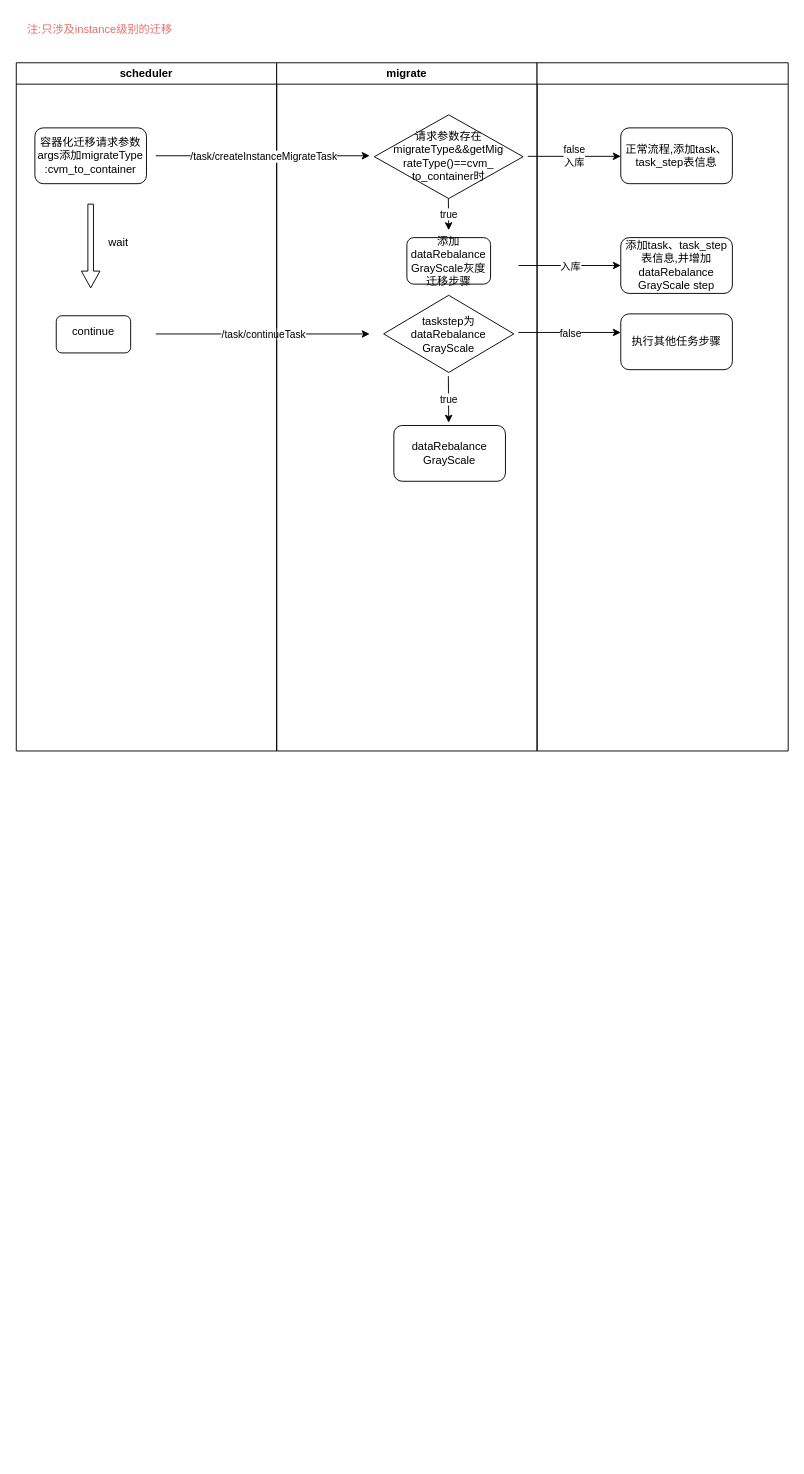
Earlier version of the draw.io diagram 未命名绘图.drawio (Owtware/flow_diagram). Source tidied: cells renumbered, new cells numbered last; positions are measured from the earlier drawing's top-left corner, leaving out a move shared by most shapes. Both pictures are drawn from the tidied source at 93%, with x=0, y=0 at pixel (16, 16).
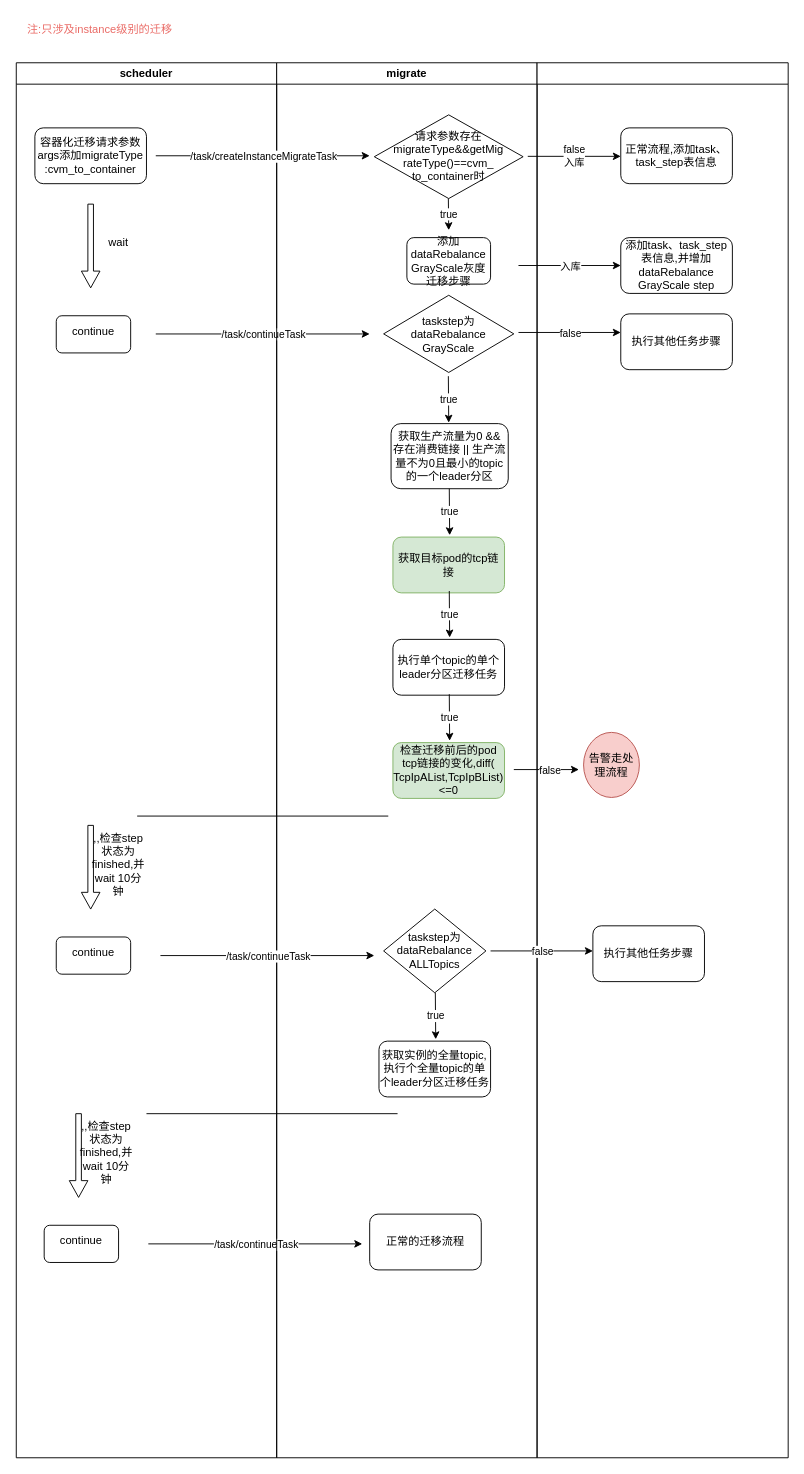
After the change.

Commit message:
更新未命名绘图.drawio

The edit, as a diff of the source:
```diff
@@
     <mxCell id="2" value="scheduler" style="swimlane;whiteSpace=wrap;" parent="1" vertex="1">
-      <mxGeometry y="50" width="280" height="740" as="geometry" />
+      <mxGeometry y="50" width="280" height="1500" as="geometry" />
     </mxCell>
@@
+    <mxCell id="31" style="shape=singleArrow;direction=south;whiteSpace=wrap;html=1;" parent="2" vertex="1">
+      <mxGeometry x="70" y="820" width="20" height="90" as="geometry" />
+    </mxCell>
+    <mxCell id="32" value=",,检查step状态为finished,并wait 10分钟" style="text;html=1;strokeColor=none;fillColor=none;align=center;verticalAlign=middle;whiteSpace=wrap;rounded=0;" parent="2" vertex="1">
+      <mxGeometry x="80" y="847" width="60" height="30" as="geometry" />
+    </mxCell>
+    <mxCell id="33" value="&lt;div style=&quot;line-height: 50%;&quot;&gt;&lt;span style=&quot;background-color: initial;&quot;&gt;continue&lt;/span&gt;&lt;/div&gt;&lt;div style=&quot;line-height: 50%;&quot;&gt;&lt;br&gt;&lt;/div&gt;&lt;div style=&quot;font-size: medium; text-align: start;&quot;&gt;&lt;/div&gt;" style="rounded=1;whiteSpace=wrap;html=1;" parent="2" vertex="1">
+      <mxGeometry x="43" y="940" width="80" height="40" as="geometry" />
+    </mxCell>
+    <mxCell id="34" style="shape=singleArrow;direction=south;whiteSpace=wrap;html=1;" parent="2" vertex="1">
+      <mxGeometry x="57" y="1130" width="20" height="90" as="geometry" />
+    </mxCell>
+    <mxCell id="35" value=",,检查step状态为finished,并wait 10分钟" style="text;html=1;strokeColor=none;fillColor=none;align=center;verticalAlign=middle;whiteSpace=wrap;rounded=0;" parent="2" vertex="1">
+      <mxGeometry x="67" y="1157" width="60" height="30" as="geometry" />
+    </mxCell>
+    <mxCell id="36" value="&lt;div style=&quot;line-height: 50%;&quot;&gt;&lt;span style=&quot;background-color: initial;&quot;&gt;continue&lt;/span&gt;&lt;/div&gt;&lt;div style=&quot;line-height: 50%;&quot;&gt;&lt;br&gt;&lt;/div&gt;&lt;div style=&quot;font-size: medium; text-align: start;&quot;&gt;&lt;/div&gt;" style="rounded=1;whiteSpace=wrap;html=1;" parent="2" vertex="1">
+      <mxGeometry x="30" y="1250" width="80" height="40" as="geometry" />
+    </mxCell>
+    <mxCell id="37" style="endArrow=classic;html=1;rounded=0;" parent="2" edge="1">
+      <mxGeometry relative="1" as="geometry">
+        <mxPoint x="142" y="1270" as="sourcePoint" />
+        <mxPoint x="372" y="1270" as="targetPoint" />
+      </mxGeometry>
+    </mxCell>
+    <mxCell id="38" value="/task/continueTask" style="edgeLabel;html=1;align=center;verticalAlign=middle;" parent="37" vertex="1">
+      <mxGeometry relative="1" as="geometry" />
+    </mxCell>
+    <mxCell id="39" style="endArrow=none;html=1;rounded=0;" parent="2" edge="1">
+      <mxGeometry relative="1" as="geometry">
+        <mxPoint x="140" y="1130" as="sourcePoint" />
+        <mxPoint x="410" y="1130" as="targetPoint" />
+      </mxGeometry>
+    </mxCell>
     <mxCell id="9" value="migrate" style="swimlane;whiteSpace=wrap;" parent="1" vertex="1">
-      <mxGeometry x="280" y="50" width="280" height="740" as="geometry" />
+      <mxGeometry x="280" y="50" width="280" height="1500" as="geometry" />
     </mxCell>
@@
-    <mxCell id="19" value="dataRebalance&lt;br&gt;GrayScale" style="rounded=1;whiteSpace=wrap;html=1;" parent="9" vertex="1">
-      <mxGeometry x="126" y="390" width="120" height="60" as="geometry" />
+    <mxCell id="19" value="获取生产流量为0 &amp;amp;&amp;amp;&lt;br&gt;存在消费链接 || 生产流量不为0且最小的topic的一个leader分区" style="rounded=1;whiteSpace=wrap;html=1;" parent="9" vertex="1">
+      <mxGeometry x="123" y="388" width="126" height="70" as="geometry" />
     </mxCell>
+    <mxCell id="40" value="获取目标pod的tcp链接" style="rounded=1;whiteSpace=wrap;html=1;fillColor=#d5e8d4;strokeColor=#82b366;" parent="9" vertex="1">
+      <mxGeometry x="125" y="510" width="120" height="60" as="geometry" />
+    </mxCell>
+    <mxCell id="41" style="endArrow=classic;html=1;rounded=0;" parent="9" edge="1">
+      <mxGeometry relative="1" as="geometry">
+        <mxPoint x="255" y="760" as="sourcePoint" />
+        <mxPoint x="325" y="760" as="targetPoint" />
+      </mxGeometry>
+    </mxCell>
+    <mxCell id="42" value="false" style="edgeLabel;html=1;align=center;verticalAlign=middle;" parent="41" vertex="1">
+      <mxGeometry x="-0.03" y="-1" relative="1" as="geometry">
+        <mxPoint x="4" y="-1" as="offset" />
+      </mxGeometry>
+    </mxCell>
+    <mxCell id="43" style="endArrow=none;html=1;rounded=0;" parent="9" edge="1">
+      <mxGeometry relative="1" as="geometry">
+        <mxPoint x="-150" y="810" as="sourcePoint" />
+        <mxPoint x="120" y="810" as="targetPoint" />
+      </mxGeometry>
+    </mxCell>
+    <mxCell id="44" style="endArrow=classic;html=1;rounded=0;" parent="9" edge="1">
+      <mxGeometry relative="1" as="geometry">
+        <mxPoint x="-125" y="960" as="sourcePoint" />
+        <mxPoint x="105" y="960" as="targetPoint" />
+      </mxGeometry>
+    </mxCell>
+    <mxCell id="45" value="/task/continueTask" style="edgeLabel;html=1;align=center;verticalAlign=middle;" parent="44" vertex="1">
+      <mxGeometry relative="1" as="geometry" />
+    </mxCell>
+    <mxCell id="46" value="taskstep为&lt;br style=&quot;border-color: var(--border-color);&quot;&gt;dataRebalance&lt;br&gt;ALLTopics" style="rhombus;whiteSpace=wrap;html=1;" parent="9" vertex="1">
+      <mxGeometry x="115" y="910" width="110" height="90" as="geometry" />
+    </mxCell>
+    <mxCell id="47" value="获取实例的全量topic,执行个全量topic的单个leader分区迁移任务" style="rounded=1;whiteSpace=wrap;html=1;" parent="9" vertex="1">
+      <mxGeometry x="110" y="1052" width="120" height="60" as="geometry" />
+    </mxCell>
+    <mxCell id="48" style="endArrow=classic;html=1;rounded=0;" parent="9" edge="1">
+      <mxGeometry relative="1" as="geometry">
+        <mxPoint x="170.6" y="1000" as="sourcePoint" />
+        <mxPoint x="171" y="1050" as="targetPoint" />
+      </mxGeometry>
+    </mxCell>
+    <mxCell id="49" value="true" style="edgeLabel;html=1;align=center;verticalAlign=middle;" parent="48" vertex="1">
+      <mxGeometry relative="1" as="geometry" />
+    </mxCell>
+    <mxCell id="50" value="正常的迁移流程" style="rounded=1;whiteSpace=wrap;html=1;" parent="9" vertex="1">
+      <mxGeometry x="100" y="1238" width="120" height="60" as="geometry" />
+    </mxCell>
     <mxCell id="20" style="swimlane;whiteSpace=wrap;" parent="1" vertex="1">
-      <mxGeometry x="560" y="50" width="270" height="740" as="geometry" />
+      <mxGeometry x="560" y="50" width="270" height="1500" as="geometry" />
     </mxCell>
@@
+    <mxCell id="51" value="告警走处理流程" style="ellipse;whiteSpace=wrap;html=1;fillColor=#f8cecc;strokeColor=#b85450;" parent="20" vertex="1">
+      <mxGeometry x="50" y="720" width="60" height="70" as="geometry" />
+    </mxCell>
+    <mxCell id="52" style="endArrow=classic;html=1;rounded=0;" parent="20" edge="1">
+      <mxGeometry relative="1" as="geometry">
+        <mxPoint x="-50" y="955" as="sourcePoint" />
+        <mxPoint x="60" y="955" as="targetPoint" />
+      </mxGeometry>
+    </mxCell>
+    <mxCell id="53" value="false" style="edgeLabel;html=1;align=center;verticalAlign=middle;" parent="52" vertex="1">
+      <mxGeometry relative="1" as="geometry" />
+    </mxCell>
+    <mxCell id="54" value="执行其他任务步骤" style="rounded=1;whiteSpace=wrap;html=1;" parent="20" vertex="1">
+      <mxGeometry x="60" y="928" width="120" height="60" as="geometry" />
+    </mxCell>
@@
+    <mxCell id="55" style="endArrow=classic;html=1;rounded=0;" parent="1" edge="1">
+      <mxGeometry relative="1" as="geometry">
+        <mxPoint x="465.6" y="508" as="sourcePoint" />
+        <mxPoint x="466" y="558" as="targetPoint" />
+      </mxGeometry>
+    </mxCell>
+    <mxCell id="56" value="true" style="edgeLabel;html=1;align=center;verticalAlign=middle;" parent="55" vertex="1">
+      <mxGeometry relative="1" as="geometry" />
+    </mxCell>
+    <mxCell id="57" value="执行单个topic的单个leader分区迁移任务" style="rounded=1;whiteSpace=wrap;html=1;" parent="1" vertex="1">
+      <mxGeometry x="405" y="670" width="120" height="60" as="geometry" />
+    </mxCell>
+    <mxCell id="58" style="endArrow=classic;html=1;rounded=0;" parent="1" edge="1">
+      <mxGeometry relative="1" as="geometry">
+        <mxPoint x="465.6" y="618" as="sourcePoint" />
+        <mxPoint x="466" y="668" as="targetPoint" />
+      </mxGeometry>
+    </mxCell>
+    <mxCell id="59" value="true" style="edgeLabel;html=1;align=center;verticalAlign=middle;" parent="58" vertex="1">
+      <mxGeometry relative="1" as="geometry" />
+    </mxCell>
+    <mxCell id="60" value="检查迁移前后的pod tcp链接的变化,diff(&lt;br&gt;TcpIpAList,TcpIpBList)&lt;br&gt;&amp;lt;=0" style="rounded=1;whiteSpace=wrap;html=1;fillColor=#d5e8d4;strokeColor=#82b366;" parent="1" vertex="1">
+      <mxGeometry x="405" y="781" width="120" height="60" as="geometry" />
+    </mxCell>
+    <mxCell id="61" style="endArrow=classic;html=1;rounded=0;" parent="1" edge="1">
+      <mxGeometry relative="1" as="geometry">
+        <mxPoint x="465.6" y="729" as="sourcePoint" />
+        <mxPoint x="466" y="779" as="targetPoint" />
+      </mxGeometry>
+    </mxCell>
+    <mxCell id="62" value="true" style="edgeLabel;html=1;align=center;verticalAlign=middle;" parent="61" vertex="1">
+      <mxGeometry relative="1" as="geometry" />
+    </mxCell>
```
